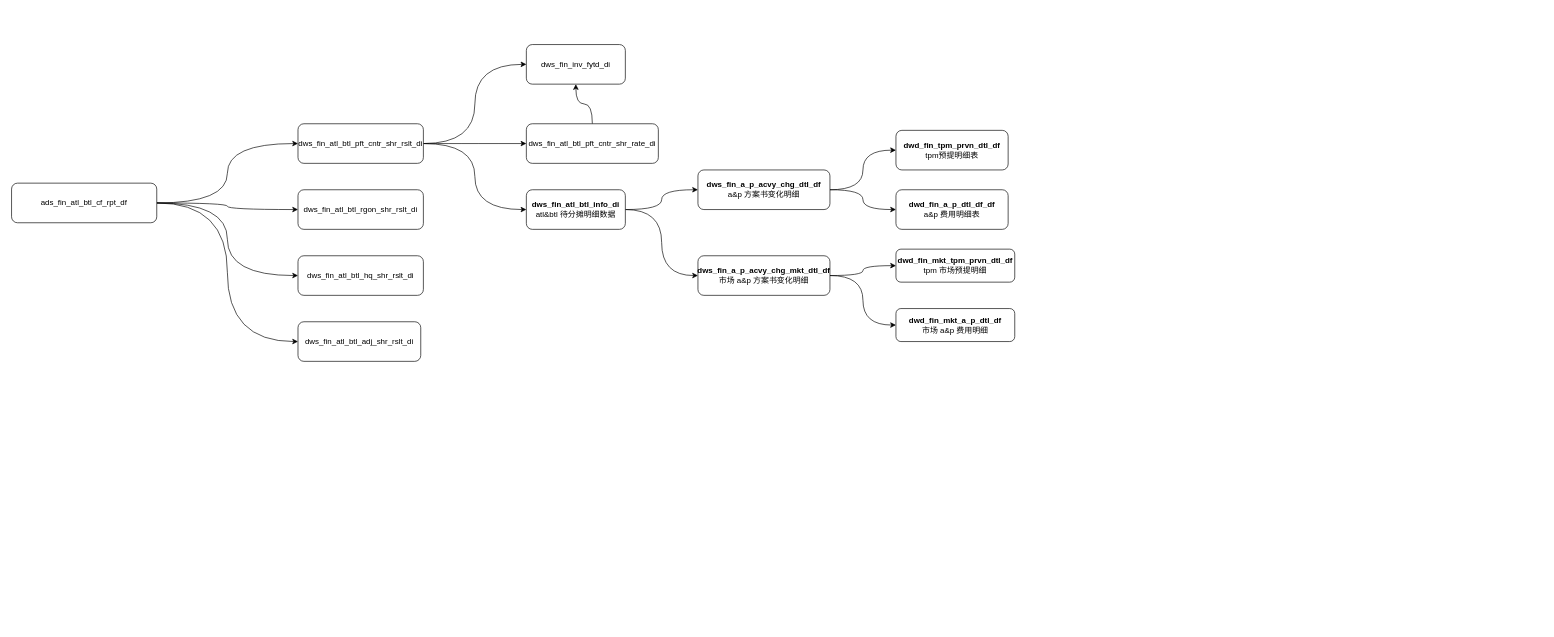
The draw.io diagram ads_fin_atl_btl_dtl_rpt_df.drawio in fsJerryChan/fsJerryChan, before the edit. Source tidied: cells renumbered, new cells numbered last; positions are measured from the earlier drawing's top-left corner, leaving out a move shared by most shapes. Both pictures are drawn from the tidied source at 66%, with x=0, y=0 at pixel (11, 44).
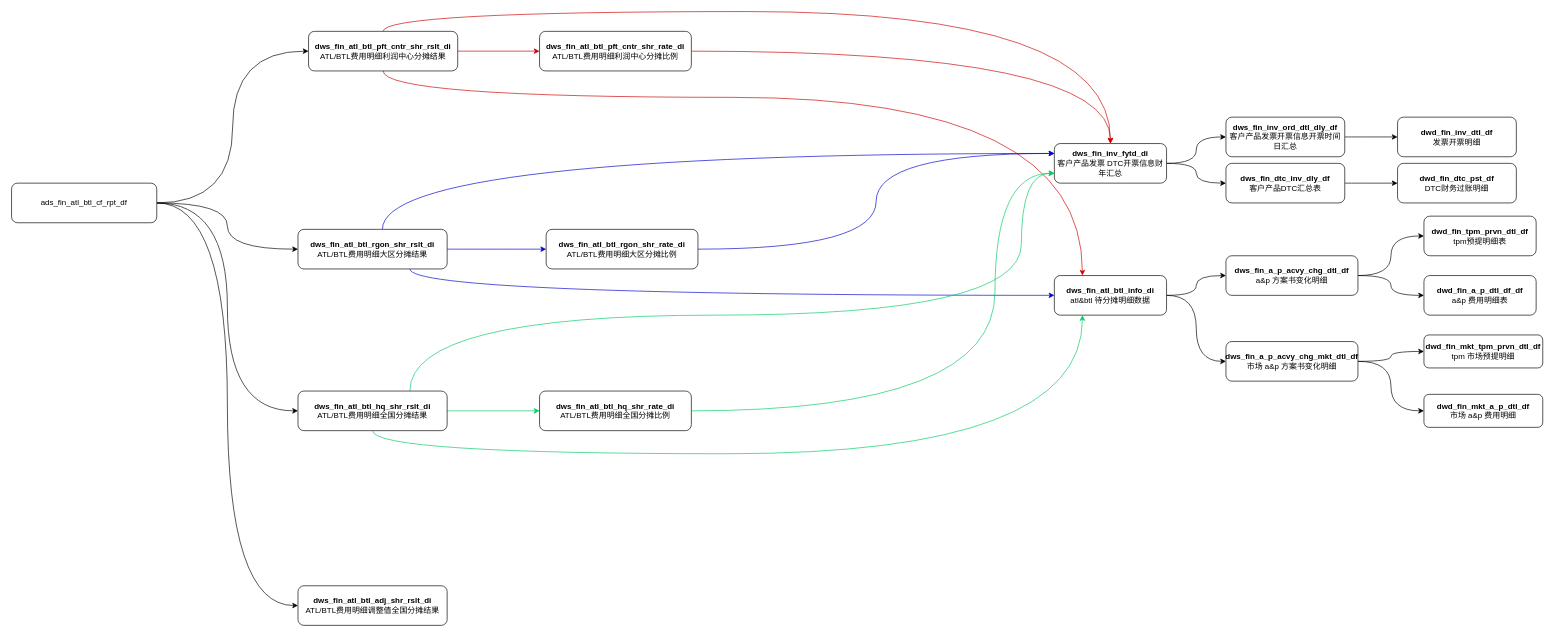
The same page after the edit.

The edit, as a diff of the source:
```diff
@@
+    <mxCell id="30" style="edgeStyle=orthogonalEdgeStyle;rounded=0;jettySize=auto;html=1;entryX=0;entryY=0.25;entryDx=0;entryDy=0;curved=1;exitX=0.566;exitY=0;exitDx=0;exitDy=0;exitPerimeter=0;strokeColor=#0000CC;" parent="1" edge="1" source="7" target="29">
+      <mxGeometry relative="1" as="geometry" />
+    </mxCell>
+    <mxCell id="31" style="edgeStyle=orthogonalEdgeStyle;rounded=0;jettySize=auto;html=1;entryX=0;entryY=0.5;entryDx=0;entryDy=0;curved=1;strokeColor=#0000CC;" parent="1" edge="1" source="7" target="45">
+      <mxGeometry relative="1" as="geometry" />
+    </mxCell>
+    <mxCell id="32" style="edgeStyle=orthogonalEdgeStyle;rounded=0;jettySize=auto;html=1;entryX=0;entryY=0.5;entryDx=0;entryDy=0;curved=1;exitX=0.75;exitY=1;exitDx=0;exitDy=0;strokeColor=#0000CC;" parent="1" edge="1" source="7" target="16">
+      <mxGeometry relative="1" as="geometry" />
+    </mxCell>
-    <mxCell id="7" value="dws_fin_atl_btl_rgon_shr_rslt_di" style="rounded=1;html=1;whiteSpace=wrap;" parent="1" vertex="1">
-      <mxGeometry x="434" y="220" width="190" height="60" as="geometry" />
+    <mxCell id="7" value="&lt;b&gt;dws_fin_atl_btl_rgon_shr_rslt_di&lt;/b&gt;&lt;div&gt;ATL/BTL费用明细大区分摊结果&lt;/div&gt;" style="rounded=1;html=1;whiteSpace=wrap;" parent="1" vertex="1">
+      <mxGeometry x="434" y="280" width="226" height="60" as="geometry" />
     </mxCell>
+    <mxCell id="10" style="edgeStyle=orthogonalEdgeStyle;rounded=0;jettySize=auto;html=1;entryX=0;entryY=0.5;entryDx=0;entryDy=0;curved=1;strokeColor=#CC0000;" parent="1" edge="1" source="11" target="28">
+      <mxGeometry relative="1" as="geometry" />
+    </mxCell>
+    <mxCell id="9" style="edgeStyle=orthogonalEdgeStyle;rounded=0;jettySize=auto;html=1;entryX=0.5;entryY=0;entryDx=0;entryDy=0;curved=1;strokeColor=#CC0000;" parent="1" edge="1" source="11" target="29">
+      <mxGeometry relative="1" as="geometry">
+        <Array as="points">
+          <mxPoint x="563" y="-50" />
+          <mxPoint x="1665" y="-50" />
+        </Array>
+      </mxGeometry>
+    </mxCell>
-    <mxCell id="8" style="edgeStyle=orthogonalEdgeStyle;rounded=0;jettySize=auto;html=1;entryX=0;entryY=0.5;entryDx=0;entryDy=0;curved=1;" parent="1" edge="1" source="11" target="16">
-      <mxGeometry relative="1" as="geometry" />
+    <mxCell id="8" style="edgeStyle=orthogonalEdgeStyle;rounded=0;jettySize=auto;html=1;entryX=0.25;entryY=0;entryDx=0;entryDy=0;curved=1;strokeColor=#CC0000;" parent="1" edge="1" source="11" target="16">
+      <mxGeometry relative="1" as="geometry">
+        <Array as="points">
+          <mxPoint x="563" y="80" />
+          <mxPoint x="1623" y="80" />
+        </Array>
+      </mxGeometry>
     </mxCell>
-    <mxCell id="9" style="edgeStyle=orthogonalEdgeStyle;rounded=0;jettySize=auto;html=1;entryX=0;entryY=0.5;entryDx=0;entryDy=0;curved=1;" parent="1" edge="1" source="11" target="29">
-      <mxGeometry relative="1" as="geometry" />
-    </mxCell>
-    <mxCell id="10" style="edgeStyle=orthogonalEdgeStyle;rounded=0;jettySize=auto;html=1;entryX=0;entryY=0.5;entryDx=0;entryDy=0;curved=1;" parent="1" edge="1" source="11" target="28">
-      <mxGeometry relative="1" as="geometry" />
-    </mxCell>
-    <mxCell id="11" value="dws_fin_atl_btl_pft_cntr_shr_rslt_di" style="rounded=1;html=1;whiteSpace=wrap;" parent="1" vertex="1">
-      <mxGeometry x="434" y="120" width="190" height="60" as="geometry" />
+    <mxCell id="11" value="&lt;b&gt;dws_fin_atl_btl_pft_cntr_shr_rslt_di&lt;/b&gt;&lt;div&gt;ATL/BTL费用明细利润中心分摊结果&lt;/div&gt;" style="rounded=1;html=1;whiteSpace=wrap;" parent="1" vertex="1">
+      <mxGeometry x="450" y="-20" width="226" height="60" as="geometry" />
     </mxCell>
+    <mxCell id="33" style="edgeStyle=orthogonalEdgeStyle;rounded=0;jettySize=auto;html=1;entryX=0.25;entryY=1;entryDx=0;entryDy=0;exitX=0.5;exitY=1;exitDx=0;exitDy=0;curved=1;strokeColor=#00CC66;" parent="1" edge="1" source="12" target="16">
+      <mxGeometry relative="1" as="geometry">
+        <Array as="points">
+          <mxPoint x="547" y="620" />
+          <mxPoint x="1623" y="620" />
+        </Array>
+      </mxGeometry>
+    </mxCell>
+    <mxCell id="34" style="edgeStyle=orthogonalEdgeStyle;rounded=0;jettySize=auto;html=1;entryX=0;entryY=0.5;entryDx=0;entryDy=0;curved=1;strokeColor=#00CC66;" parent="1" edge="1" source="12" target="47">
+      <mxGeometry relative="1" as="geometry" />
+    </mxCell>
+    <mxCell id="35" style="edgeStyle=orthogonalEdgeStyle;rounded=0;jettySize=auto;html=1;entryX=0;entryY=0.75;entryDx=0;entryDy=0;curved=1;exitX=0.75;exitY=0;exitDx=0;exitDy=0;strokeColor=#00CC66;" parent="1" edge="1" source="12" target="29">
+      <mxGeometry relative="1" as="geometry">
+        <Array as="points">
+          <mxPoint x="604" y="410" />
+          <mxPoint x="1530" y="410" />
+          <mxPoint x="1530" y="195" />
+        </Array>
+      </mxGeometry>
+    </mxCell>
-    <mxCell id="12" value="dws_fin_atl_btl_hq_shr_rslt_di" style="rounded=1;whiteSpace=wrap;html=1;" parent="1" vertex="1">
-      <mxGeometry x="434" y="320" width="190" height="60" as="geometry" />
+    <mxCell id="12" value="&lt;b&gt;dws_fin_atl_btl_hq_shr_rslt_di&lt;/b&gt;&lt;div&gt;ATL/BTL费用明细全国分摊结果&lt;/div&gt;" style="rounded=1;whiteSpace=wrap;html=1;" parent="1" vertex="1">
+      <mxGeometry x="434" y="525" width="226" height="60" as="geometry" />
     </mxCell>
-    <mxCell id="13" value="dws_fin_atl_btl_adj_shr_rslt_di" style="rounded=1;whiteSpace=wrap;html=1;" parent="1" vertex="1">
-      <mxGeometry x="434" y="420" width="186" height="60" as="geometry" />
+    <mxCell id="13" value="&lt;b&gt;dws_fin_atl_btl_adj_shr_rslt_di&lt;/b&gt;&lt;div&gt;ATL/BTL费用明细调整值全国分摊结果&lt;/div&gt;" style="rounded=1;whiteSpace=wrap;html=1;" parent="1" vertex="1">
+      <mxGeometry x="434" y="820" width="226" height="60" as="geometry" />
     </mxCell>
@@
     <mxCell id="16" value="&lt;b&gt;dws_fin_atl_btl_info_di&lt;/b&gt;&lt;div&gt;atl&amp;amp;btl 待分摊明细数据&lt;/div&gt;" style="rounded=1;whiteSpace=wrap;html=1;" parent="1" vertex="1">
-      <mxGeometry x="780" y="220" width="150" height="60" as="geometry" />
+      <mxGeometry x="1580" y="350" width="170" height="60" as="geometry" />
     </mxCell>
@@
     <mxCell id="19" value="&lt;b&gt;dws_fin_a_p_acvy_chg_dtl_df&lt;/b&gt;&lt;div&gt;a&amp;amp;p 方案书变化明细&lt;/div&gt;" style="rounded=1;whiteSpace=wrap;html=1;" parent="1" vertex="1">
-      <mxGeometry x="1040" y="190" width="200" height="60" as="geometry" />
+      <mxGeometry x="1840" y="320" width="200" height="60" as="geometry" />
     </mxCell>
@@
     <mxCell id="22" value="&lt;b&gt;dws_fin_a_p_acvy_chg_mkt_dtl_df&lt;/b&gt;&lt;div&gt;市场 a&amp;amp;p 方案书变化明细&lt;/div&gt;" style="rounded=1;whiteSpace=wrap;html=1;" parent="1" vertex="1">
-      <mxGeometry x="1040" y="320" width="200" height="60" as="geometry" />
+      <mxGeometry x="1840" y="450" width="200" height="60" as="geometry" />
     </mxCell>
     <mxCell id="23" value="&lt;b&gt;dwd_fin_tpm_prvn_dtl_df&lt;/b&gt;&lt;br&gt;tpm预提明细表" style="rounded=1;whiteSpace=wrap;html=1;" parent="1" vertex="1">
-      <mxGeometry x="1340" y="130" width="170" height="60" as="geometry" />
+      <mxGeometry x="2140" y="260" width="170" height="60" as="geometry" />
     </mxCell>
     <mxCell id="24" value="&lt;b&gt;dwd_fin_a_p_dtl_df_df&lt;/b&gt;&lt;br&gt;a&amp;amp;p 费用明细表" style="rounded=1;whiteSpace=wrap;html=1;" parent="1" vertex="1">
-      <mxGeometry x="1340" y="220" width="170" height="60" as="geometry" />
+      <mxGeometry x="2140" y="350" width="170" height="60" as="geometry" />
     </mxCell>
     <mxCell id="25" value="&lt;b&gt;dwd_fin_mkt_tpm_prvn_dtl_df&lt;/b&gt;&lt;br&gt;tpm 市场预提明细" style="rounded=1;whiteSpace=wrap;html=1;" parent="1" vertex="1">
-      <mxGeometry x="1340" y="310" width="180" height="50" as="geometry" />
+      <mxGeometry x="2140" y="440" width="180" height="50" as="geometry" />
     </mxCell>
     <mxCell id="26" value="&lt;b&gt;dwd_fin_mkt_a_p_dtl_df&lt;/b&gt;&lt;br&gt;&lt;div&gt;市场 a&amp;amp;p 费用明细&lt;/div&gt;" style="rounded=1;whiteSpace=wrap;html=1;" parent="1" vertex="1">
-      <mxGeometry x="1340" y="400" width="180" height="50" as="geometry" />
+      <mxGeometry x="2140" y="530" width="180" height="50" as="geometry" />
     </mxCell>
-    <mxCell id="27" style="edgeStyle=orthogonalEdgeStyle;rounded=0;jettySize=auto;html=1;curved=1;" parent="1" edge="1" source="28" target="29">
+    <mxCell id="27" style="edgeStyle=orthogonalEdgeStyle;rounded=0;jettySize=auto;html=1;curved=1;strokeColor=#CC0000;" parent="1" edge="1" source="28" target="29">
       <mxGeometry relative="1" as="geometry" />
     </mxCell>
-    <mxCell id="28" value="dws_fin_atl_btl_pft_cntr_shr_rate_di" style="rounded=1;html=1;whiteSpace=wrap;" parent="1" vertex="1">
-      <mxGeometry x="780" y="120" width="200" height="60" as="geometry" />
+    <mxCell id="28" value="&lt;b&gt;dws_fin_atl_btl_pft_cntr_shr_rate_di&lt;/b&gt;&lt;div&gt;ATL/BTL费用明细利润中心分摊比例&lt;/div&gt;" style="rounded=1;html=1;whiteSpace=wrap;" parent="1" vertex="1">
+      <mxGeometry x="800" y="-20" width="230" height="60" as="geometry" />
     </mxCell>
+    <mxCell id="36" style="edgeStyle=orthogonalEdgeStyle;rounded=0;jettySize=auto;html=1;entryX=0;entryY=0.5;entryDx=0;entryDy=0;curved=1;" parent="1" edge="1" source="29" target="39">
+      <mxGeometry relative="1" as="geometry" />
+    </mxCell>
+    <mxCell id="37" style="edgeStyle=orthogonalEdgeStyle;rounded=0;jettySize=auto;html=1;entryX=0;entryY=0.5;entryDx=0;entryDy=0;curved=1;" parent="1" edge="1" source="29" target="42">
+      <mxGeometry relative="1" as="geometry" />
+    </mxCell>
-    <mxCell id="29" value="dws_fin_inv_fytd_di" style="rounded=1;whiteSpace=wrap;html=1;" parent="1" vertex="1">
-      <mxGeometry x="780" width="150" height="60" as="geometry" />
+    <mxCell id="29" value="&lt;b&gt;dws_fin_inv_fytd_di&lt;/b&gt;&lt;div&gt;客户产品发票 DTC开票信息财年汇总&lt;/div&gt;" style="rounded=1;whiteSpace=wrap;html=1;" parent="1" vertex="1">
+      <mxGeometry x="1580" y="150" width="170" height="60" as="geometry" />
     </mxCell>
+    <mxCell id="38" style="edgeStyle=orthogonalEdgeStyle;rounded=0;jettySize=auto;html=1;curved=1;" parent="1" edge="1" source="39" target="40">
+      <mxGeometry relative="1" as="geometry" />
+    </mxCell>
+    <mxCell id="39" value="&lt;b&gt;dws_fin_inv_ord_dtl_dly_df&lt;/b&gt;&lt;br&gt;&lt;div&gt;客户产品发票开票信息开票时间日汇总&lt;/div&gt;" style="rounded=1;whiteSpace=wrap;html=1;" parent="1" vertex="1">
+      <mxGeometry x="1840" y="110" width="180" height="60" as="geometry" />
+    </mxCell>
+    <mxCell id="40" value="&lt;b&gt;dwd_fin_inv_dtl_df&lt;/b&gt;&lt;br&gt;&lt;div&gt;发票开票明细&lt;/div&gt;" style="rounded=1;whiteSpace=wrap;html=1;" parent="1" vertex="1">
+      <mxGeometry x="2100" y="110" width="180" height="60" as="geometry" />
+    </mxCell>
+    <mxCell id="41" style="edgeStyle=orthogonalEdgeStyle;rounded=0;jettySize=auto;html=1;entryX=0;entryY=0.5;entryDx=0;entryDy=0;curved=1;" parent="1" edge="1" source="42" target="43">
+      <mxGeometry relative="1" as="geometry" />
+    </mxCell>
+    <mxCell id="42" value="&lt;b&gt;dws_fin_dtc_inv_dly_df&lt;/b&gt;&lt;br&gt;&lt;div&gt;客户产品DTC汇总表&lt;/div&gt;" style="rounded=1;whiteSpace=wrap;html=1;" parent="1" vertex="1">
+      <mxGeometry x="1840" y="180" width="180" height="60" as="geometry" />
+    </mxCell>
+    <mxCell id="43" value="&lt;b&gt;dwd_fin_dtc_pst_df&lt;/b&gt;&lt;br&gt;&lt;div&gt;DTC财务过账明细&lt;/div&gt;" style="rounded=1;whiteSpace=wrap;html=1;" parent="1" vertex="1">
+      <mxGeometry x="2100" y="180" width="180" height="60" as="geometry" />
+    </mxCell>
+    <mxCell id="44" style="edgeStyle=orthogonalEdgeStyle;rounded=0;jettySize=auto;html=1;entryX=0;entryY=0.25;entryDx=0;entryDy=0;curved=1;strokeColor=#0000CC;" parent="1" edge="1" source="45" target="29">
+      <mxGeometry relative="1" as="geometry" />
+    </mxCell>
+    <mxCell id="45" value="&lt;b&gt;dws_fin_atl_btl_rgon_shr_rate_di&lt;/b&gt;&lt;br&gt;&lt;div&gt;ATL/BTL费用明细大区分摊比例&lt;/div&gt;" style="rounded=1;html=1;whiteSpace=wrap;" parent="1" vertex="1">
+      <mxGeometry x="810" y="280" width="230" height="60" as="geometry" />
+    </mxCell>
+    <mxCell id="46" style="edgeStyle=orthogonalEdgeStyle;rounded=0;jettySize=auto;html=1;entryX=0;entryY=0.75;entryDx=0;entryDy=0;curved=1;strokeColor=#00CC66;" parent="1" edge="1" source="47" target="29">
+      <mxGeometry relative="1" as="geometry">
+        <Array as="points">
+          <mxPoint x="1490" y="555" />
+          <mxPoint x="1490" y="195" />
+        </Array>
+      </mxGeometry>
+    </mxCell>
+    <mxCell id="47" value="&lt;b&gt;dws_fin_atl_btl_hq_shr_rate_di&lt;/b&gt;&lt;br&gt;&lt;div&gt;ATL/BTL费用明细全国分摊比例&lt;/div&gt;" style="rounded=1;html=1;whiteSpace=wrap;" parent="1" vertex="1">
+      <mxGeometry x="800" y="525" width="230" height="60" as="geometry" />
+    </mxCell>
```
